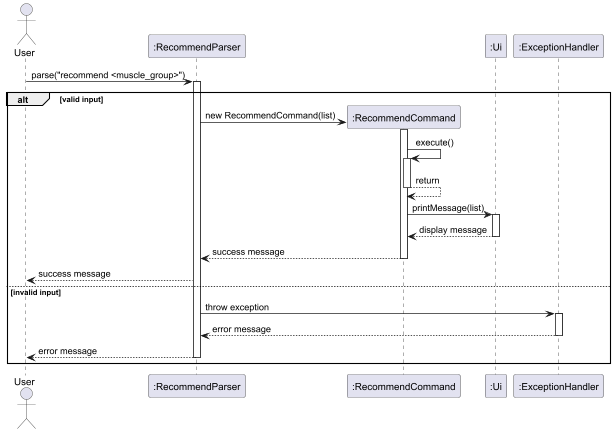
Above: docs/images/RecommendSD.png in Jasonlobo21/tp (PlantUML), before the change.
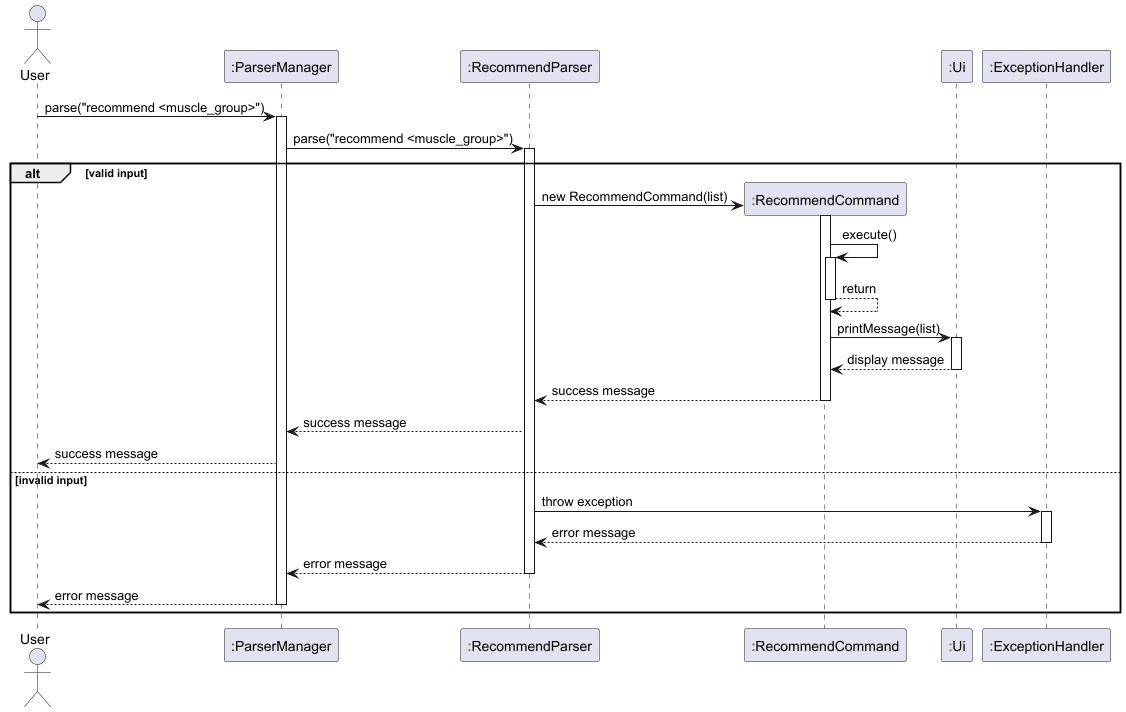
After the commit.

The edit, as a diff of the source:
```diff
@@ -1,12 +1,16 @@
 @startuml
 
 actor User
+participant ":ParserManager"
 participant ":RecommendParser"
 participant ":RecommendCommand"
 participant ":Ui"
 participant ":ExceptionHandler"
 
-User -> ":RecommendParser": parse("recommend <muscle_group>")
+User -> ":ParserManager": parse("recommend <muscle_group>")
+activate ":ParserManager"
+
+":ParserManager" -> ":RecommendParser": parse("recommend <muscle_group>")
 activate ":RecommendParser"
 
 alt valid input
@@ -27,7 +31,9 @@
     ":RecommendCommand" --> ":RecommendParser": success message
     deactivate ":RecommendCommand"
 
-    ":RecommendParser" --> User: success message
+    ":RecommendParser" --> ":ParserManager": success message
+
+    ":ParserManager" --> User: success message
 
 else invalid input
     ":RecommendParser" -> ":ExceptionHandler": throw exception
@@ -35,8 +41,11 @@
     ":ExceptionHandler" --> ":RecommendParser": error message
     deactivate ":ExceptionHandler"
 
-    ":RecommendParser" --> User: error message
+    ":RecommendParser" --> ":ParserManager": error message
     deactivate ":RecommendParser"
+
+    ":ParserManager" --> User: error message
+    deactivate ":ParserManager"
 end
 
 @enduml
```
